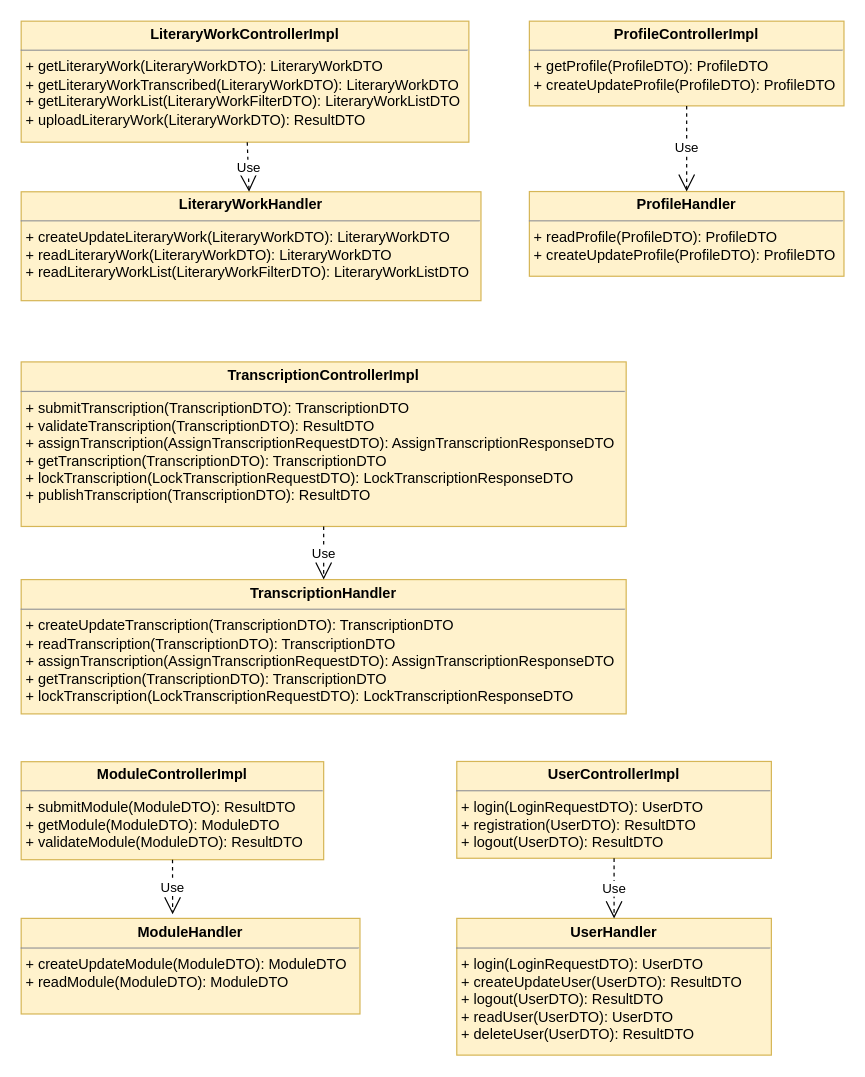
Earlier version of the draw.io diagram doc/Models/MVC Diagrams/Controller Handler Package Diagram.drawio (giodag/eagleLibrary). Source tidied: cells renumbered, new cells numbered last; positions are measured from the earlier drawing's top-left corner, leaving out a move shared by most shapes. Both pictures are drawn from the tidied source at 121%, with x=0, y=0 at pixel (21, 21).
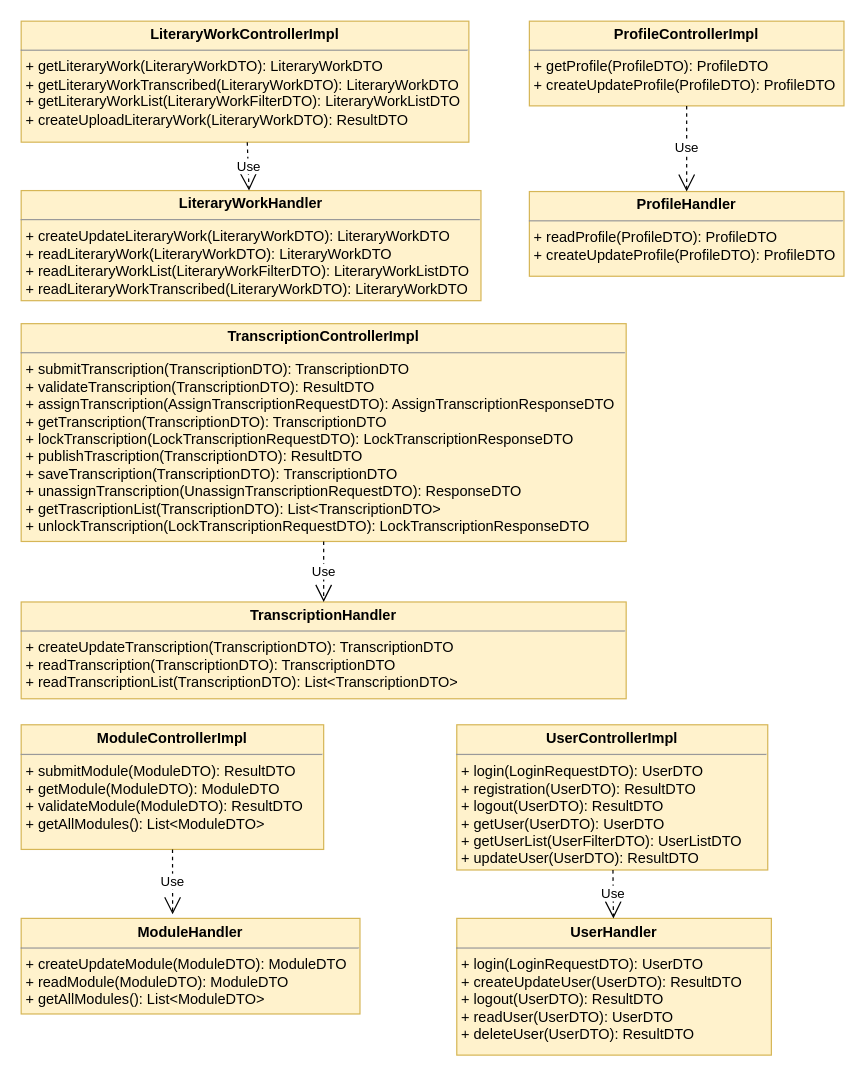
The same diagram, later.

Diff of the diagram source:
```diff
@@
 <mxGraphModel>
   <root>
     <mxCell id="0" />
     <mxCell id="1" parent="0" />
-    <mxCell id="2" value="&lt;p style=&quot;margin: 0px ; margin-top: 4px ; text-align: center&quot;&gt;&lt;b&gt;LiteraryWorkControllerImpl&lt;/b&gt;&lt;/p&gt;&lt;hr size=&quot;1&quot;&gt;&lt;p style=&quot;margin: 0px ; margin-left: 4px&quot;&gt;&lt;span&gt;+ getLiteraryWork(LiteraryWorkDTO): LiteraryWorkDTO&lt;/span&gt;&lt;/p&gt;&lt;p style=&quot;margin: 0px ; margin-left: 4px&quot;&gt;+ getLiteraryWorkTranscribed(LiteraryWorkDTO): LiteraryWorkDTO&lt;span&gt;&lt;br&gt;&lt;/span&gt;&lt;/p&gt;&lt;p style=&quot;margin: 0px ; margin-left: 4px&quot;&gt;&lt;span&gt;+ getLiteraryWorkList(LiteraryWorkFilterDTO): LiteraryWorkListDTO&lt;/span&gt;&lt;/p&gt;&lt;p style=&quot;margin: 0px ; margin-left: 4px&quot;&gt;&lt;span&gt;+&amp;nbsp;uploadLiteraryWork(LiteraryWorkDTO):&amp;nbsp;ResultDTO&lt;/span&gt;&lt;/p&gt;&lt;div&gt;&lt;span&gt;&lt;br&gt;&lt;/span&gt;&lt;/div&gt;&lt;div&gt;&lt;span&gt;&lt;br&gt;&lt;/span&gt;&lt;/div&gt;&lt;p&gt;&lt;span&gt;&lt;br&gt;&lt;/span&gt;&lt;/p&gt;&lt;p&gt;&lt;span&gt;&lt;br&gt;&lt;/span&gt;&lt;/p&gt;&lt;p&gt;&lt;span&gt;&lt;br&gt;&lt;/span&gt;&lt;/p&gt;&lt;p&gt;&lt;br&gt;&lt;/p&gt;&lt;p&gt;&lt;br&gt;&lt;/p&gt;&lt;p&gt;&lt;br&gt;&lt;/p&gt;" style="verticalAlign=top;align=left;overflow=fill;fontSize=12;fontFamily=Helvetica;html=1;fillColor=#fff2cc;strokeColor=#d6b656;" parent="1" vertex="1">
+    <mxCell id="2" value="&lt;p style=&quot;margin: 0px ; margin-top: 4px ; text-align: center&quot;&gt;&lt;b&gt;LiteraryWorkControllerImpl&lt;/b&gt;&lt;/p&gt;&lt;hr size=&quot;1&quot;&gt;&lt;p style=&quot;margin: 0px 0px 0px 4px&quot;&gt;+ getLiteraryWork(LiteraryWorkDTO): LiteraryWorkDTO&lt;/p&gt;&lt;p style=&quot;margin: 0px 0px 0px 4px&quot;&gt;+ getLiteraryWorkTranscribed(LiteraryWorkDTO): LiteraryWorkDTO&lt;br&gt;&lt;/p&gt;&lt;p style=&quot;margin: 0px 0px 0px 4px&quot;&gt;+ getLiteraryWorkList(LiteraryWorkFilterDTO): LiteraryWorkListDTO&lt;/p&gt;&lt;p style=&quot;margin: 0px 0px 0px 4px&quot;&gt;+ createUploadLiteraryWork(LiteraryWorkDTO):&amp;nbsp;ResultDTO&lt;/p&gt;&lt;div&gt;&lt;span&gt;&lt;br&gt;&lt;/span&gt;&lt;/div&gt;&lt;div&gt;&lt;span&gt;&lt;br&gt;&lt;/span&gt;&lt;/div&gt;&lt;p&gt;&lt;span&gt;&lt;br&gt;&lt;/span&gt;&lt;/p&gt;&lt;p&gt;&lt;span&gt;&lt;br&gt;&lt;/span&gt;&lt;/p&gt;&lt;p&gt;&lt;span&gt;&lt;br&gt;&lt;/span&gt;&lt;/p&gt;&lt;p&gt;&lt;br&gt;&lt;/p&gt;&lt;p&gt;&lt;br&gt;&lt;/p&gt;&lt;p&gt;&lt;br&gt;&lt;/p&gt;" style="verticalAlign=top;align=left;overflow=fill;fontSize=12;fontFamily=Helvetica;html=1;fillColor=#fff2cc;strokeColor=#d6b656;" parent="1" vertex="1">
       <mxGeometry width="370" height="100" as="geometry" />
     </mxCell>
     <mxCell id="3" value="&lt;p style=&quot;margin: 0px ; margin-top: 4px ; text-align: center&quot;&gt;&lt;b&gt;ProfileControllerImpl&lt;/b&gt;&lt;/p&gt;&lt;hr size=&quot;1&quot;&gt;&lt;p style=&quot;margin: 0px ; margin-left: 4px&quot;&gt;+ getProfile(ProfileDTO): ProfileDTO&lt;br&gt;+ createUpdateProfile(ProfileDTO): ProfileDTO&lt;/p&gt;&lt;div&gt;&lt;span&gt;&lt;br&gt;&lt;/span&gt;&lt;/div&gt;&lt;div&gt;&lt;span&gt;&lt;br&gt;&lt;/span&gt;&lt;/div&gt;&lt;p&gt;&lt;span&gt;&lt;br&gt;&lt;/span&gt;&lt;/p&gt;&lt;p&gt;&lt;span&gt;&lt;br&gt;&lt;/span&gt;&lt;/p&gt;&lt;p&gt;&lt;span&gt;&lt;br&gt;&lt;/span&gt;&lt;/p&gt;&lt;p&gt;&lt;br&gt;&lt;/p&gt;&lt;p&gt;&lt;br&gt;&lt;/p&gt;&lt;p&gt;&lt;br&gt;&lt;/p&gt;" style="verticalAlign=top;align=left;overflow=fill;fontSize=12;fontFamily=Helvetica;html=1;fillColor=#fff2cc;strokeColor=#d6b656;" parent="1" vertex="1">
       <mxGeometry x="420" width="260" height="70" as="geometry" />
     </mxCell>
-    <mxCell id="4" value="&lt;p style=&quot;margin: 0px ; margin-top: 4px ; text-align: center&quot;&gt;&lt;b&gt;TranscriptionControllerImpl&lt;/b&gt;&lt;/p&gt;&lt;hr size=&quot;1&quot;&gt;&lt;p style=&quot;margin: 0px ; margin-left: 4px&quot;&gt;&lt;span&gt;+&amp;nbsp;&lt;/span&gt;submitTranscription(TranscriptionDTO)&lt;span&gt;: TranscriptionDTO&lt;/span&gt;&lt;/p&gt;&lt;p style=&quot;margin: 0px ; margin-left: 4px&quot;&gt;+ validateTranscription(TranscriptionDTO): ResultDTO&lt;span&gt;&lt;br&gt;&lt;/span&gt;&lt;/p&gt;&lt;p style=&quot;margin: 0px ; margin-left: 4px&quot;&gt;&lt;span&gt;+&amp;nbsp;&lt;/span&gt;assignTranscription(AssignTranscriptionRequestDTO): AssignTranscriptionResponse&lt;span&gt;DTO&lt;/span&gt;&lt;/p&gt;&lt;p style=&quot;margin: 0px ; margin-left: 4px&quot;&gt;&lt;span&gt;+&amp;nbsp;&lt;/span&gt;getTranscription(TranscriptionDTO): Transcription&lt;span&gt;DTO&lt;/span&gt;&lt;/p&gt;&lt;p style=&quot;margin: 0px ; margin-left: 4px&quot;&gt;&lt;span&gt;+ lockTranscription(LockTranscriptionRequestDTO&lt;/span&gt;&lt;span&gt;): LockTranscriptionResponseDTO&lt;/span&gt;&lt;/p&gt;&lt;p style=&quot;margin: 0px ; margin-left: 4px&quot;&gt;&lt;span&gt;+ publishTranscription(TranscriptionDTO): ResultDTO&lt;/span&gt;&lt;/p&gt;&lt;p&gt;&lt;span&gt;&lt;br&gt;&lt;/span&gt;&lt;/p&gt;&lt;div&gt;&lt;span&gt;&lt;br&gt;&lt;/span&gt;&lt;/div&gt;&lt;div&gt;&lt;span&gt;&lt;br&gt;&lt;/span&gt;&lt;/div&gt;&lt;p&gt;&lt;span&gt;&lt;br&gt;&lt;/span&gt;&lt;/p&gt;&lt;p&gt;&lt;span&gt;&lt;br&gt;&lt;/span&gt;&lt;/p&gt;&lt;p&gt;&lt;span&gt;&lt;br&gt;&lt;/span&gt;&lt;/p&gt;&lt;p&gt;&lt;br&gt;&lt;/p&gt;&lt;p&gt;&lt;br&gt;&lt;/p&gt;&lt;p&gt;&lt;br&gt;&lt;/p&gt;" style="verticalAlign=top;align=left;overflow=fill;fontSize=12;fontFamily=Helvetica;html=1;fillColor=#fff2cc;strokeColor=#d6b656;" parent="1" vertex="1">
-      <mxGeometry y="281.6" width="500" height="136" as="geometry" />
+    <mxCell id="4" value="&lt;p style=&quot;margin: 0px ; margin-top: 4px ; text-align: center&quot;&gt;&lt;b&gt;TranscriptionControllerImpl&lt;/b&gt;&lt;/p&gt;&lt;hr size=&quot;1&quot;&gt;&lt;p style=&quot;margin: 0px 0px 0px 4px&quot;&gt;+ submitTranscription(TranscriptionDTO): TranscriptionDTO&lt;br&gt;+ validateTranscription(TranscriptionDTO): ResultDTO&lt;/p&gt;&lt;p style=&quot;margin: 0px 0px 0px 4px&quot;&gt;+ assignTranscription(AssignTranscriptionRequestDTO): AssignTranscriptionResponseDTO&lt;/p&gt;&lt;p style=&quot;margin: 0px 0px 0px 4px&quot;&gt;+&amp;nbsp;getTranscription(TranscriptionDTO): TranscriptionDTO&lt;/p&gt;&lt;p style=&quot;margin: 0px 0px 0px 4px&quot;&gt;+&amp;nbsp;lockTranscription(LockTranscriptionRequestDTO):&amp;nbsp;LockTranscriptionResponseDTO&lt;/p&gt;&lt;p style=&quot;margin: 0px 0px 0px 4px&quot;&gt;+&amp;nbsp;publishTrascription(TranscriptionDTO): ResultDTO&lt;/p&gt;&lt;p style=&quot;margin: 0px 0px 0px 4px&quot;&gt;+ saveTranscription(TranscriptionDTO):&amp;nbsp;TranscriptionDTO&lt;/p&gt;&lt;p style=&quot;margin: 0px 0px 0px 4px&quot;&gt;+&amp;nbsp;unassignTranscription(UnassignTranscriptionRequestDTO): ResponseDTO&lt;/p&gt;&lt;p style=&quot;margin: 0px 0px 0px 4px&quot;&gt;+&amp;nbsp;getTrascriptionList(TranscriptionDTO):&amp;nbsp;List&amp;lt;TranscriptionDTO&amp;gt;&lt;/p&gt;&lt;p style=&quot;margin: 0px 0px 0px 4px&quot;&gt;+&amp;nbsp;unlockTranscription(LockTranscriptionRequestDTO):&amp;nbsp;LockTranscriptionResponseDTO&lt;/p&gt;&lt;p&gt;&lt;span&gt;&lt;br&gt;&lt;/span&gt;&lt;/p&gt;&lt;div&gt;&lt;span&gt;&lt;br&gt;&lt;/span&gt;&lt;/div&gt;&lt;div&gt;&lt;span&gt;&lt;br&gt;&lt;/span&gt;&lt;/div&gt;&lt;p&gt;&lt;span&gt;&lt;br&gt;&lt;/span&gt;&lt;/p&gt;&lt;p&gt;&lt;span&gt;&lt;br&gt;&lt;/span&gt;&lt;/p&gt;&lt;p&gt;&lt;span&gt;&lt;br&gt;&lt;/span&gt;&lt;/p&gt;&lt;p&gt;&lt;br&gt;&lt;/p&gt;&lt;p&gt;&lt;br&gt;&lt;/p&gt;&lt;p&gt;&lt;br&gt;&lt;/p&gt;" style="verticalAlign=top;align=left;overflow=fill;fontSize=12;fontFamily=Helvetica;html=1;fillColor=#fff2cc;strokeColor=#d6b656;" parent="1" vertex="1">
+      <mxGeometry y="250" width="500" height="180" as="geometry" />
     </mxCell>
-    <mxCell id="5" value="&lt;p style=&quot;margin: 0px ; margin-top: 4px ; text-align: center&quot;&gt;&lt;b&gt;ModuleControllerImpl&lt;/b&gt;&lt;/p&gt;&lt;hr size=&quot;1&quot;&gt;&lt;p style=&quot;margin: 0px ; margin-left: 4px&quot;&gt;&lt;span&gt;+ submitModule(ModuleDTO): ResultDTO&lt;/span&gt;&lt;/p&gt;&lt;p style=&quot;margin: 0px ; margin-left: 4px&quot;&gt;&lt;span&gt;+ getModule(ModuleDTO): ModuleDTO&lt;/span&gt;&lt;/p&gt;&lt;p style=&quot;margin: 0px ; margin-left: 4px&quot;&gt;&lt;span&gt;+ validateModule(ModuleDTO): ResultDTO&lt;/span&gt;&lt;/p&gt;&lt;div&gt;&lt;span&gt;&lt;br&gt;&lt;/span&gt;&lt;/div&gt;&lt;div&gt;&lt;span&gt;&lt;br&gt;&lt;/span&gt;&lt;/div&gt;&lt;p&gt;&lt;span&gt;&lt;br&gt;&lt;/span&gt;&lt;/p&gt;&lt;p&gt;&lt;span&gt;&lt;br&gt;&lt;/span&gt;&lt;/p&gt;&lt;p&gt;&lt;span&gt;&lt;br&gt;&lt;/span&gt;&lt;/p&gt;&lt;p&gt;&lt;br&gt;&lt;/p&gt;&lt;p&gt;&lt;br&gt;&lt;/p&gt;&lt;p&gt;&lt;br&gt;&lt;/p&gt;" style="verticalAlign=top;align=left;overflow=fill;fontSize=12;fontFamily=Helvetica;html=1;fillColor=#fff2cc;strokeColor=#d6b656;" parent="1" vertex="1">
-      <mxGeometry y="612" width="250" height="81" as="geometry" />
+    <mxCell id="5" value="&lt;p style=&quot;margin: 0px ; margin-top: 4px ; text-align: center&quot;&gt;&lt;b&gt;ModuleControllerImpl&lt;/b&gt;&lt;/p&gt;&lt;hr size=&quot;1&quot;&gt;&lt;p style=&quot;margin: 0px 0px 0px 4px&quot;&gt;+ submitModule(ModuleDTO): ResultDTO&lt;/p&gt;&lt;p style=&quot;margin: 0px 0px 0px 4px&quot;&gt;+ getModule(ModuleDTO): ModuleDTO&lt;/p&gt;&lt;p style=&quot;margin: 0px 0px 0px 4px&quot;&gt;+ validateModule(ModuleDTO): ResultDTO&lt;/p&gt;&lt;p style=&quot;margin: 0px 0px 0px 4px&quot;&gt;+ getAllModules(): List&amp;lt;ModuleDTO&amp;gt;&lt;/p&gt;&lt;div&gt;&lt;span&gt;&lt;br&gt;&lt;/span&gt;&lt;/div&gt;&lt;div&gt;&lt;span&gt;&lt;br&gt;&lt;/span&gt;&lt;/div&gt;&lt;p&gt;&lt;span&gt;&lt;br&gt;&lt;/span&gt;&lt;/p&gt;&lt;p&gt;&lt;span&gt;&lt;br&gt;&lt;/span&gt;&lt;/p&gt;&lt;p&gt;&lt;span&gt;&lt;br&gt;&lt;/span&gt;&lt;/p&gt;&lt;p&gt;&lt;br&gt;&lt;/p&gt;&lt;p&gt;&lt;br&gt;&lt;/p&gt;&lt;p&gt;&lt;br&gt;&lt;/p&gt;" style="verticalAlign=top;align=left;overflow=fill;fontSize=12;fontFamily=Helvetica;html=1;fillColor=#fff2cc;strokeColor=#d6b656;" parent="1" vertex="1">
+      <mxGeometry y="581.5" width="250" height="103" as="geometry" />
     </mxCell>
-    <mxCell id="6" value="&lt;p style=&quot;margin: 0px ; margin-top: 4px ; text-align: center&quot;&gt;&lt;b&gt;UserControllerImpl&lt;/b&gt;&lt;/p&gt;&lt;hr size=&quot;1&quot;&gt;&lt;p style=&quot;margin: 0px ; margin-left: 4px&quot;&gt;&lt;span&gt;+ login(&lt;/span&gt;LoginRequestDTO&lt;span&gt;): UserDTO&lt;/span&gt;&lt;/p&gt;&lt;p style=&quot;margin: 0px ; margin-left: 4px&quot;&gt;&lt;span&gt;+ registration(UserDTO): ResultDTO&lt;/span&gt;&lt;/p&gt;&lt;p style=&quot;margin: 0px ; margin-left: 4px&quot;&gt;&lt;span&gt;+ logout(UserDTO): ResultDTO&lt;/span&gt;&lt;/p&gt;&lt;div&gt;&lt;span&gt;&lt;br&gt;&lt;/span&gt;&lt;/div&gt;&lt;div&gt;&lt;span&gt;&lt;br&gt;&lt;/span&gt;&lt;/div&gt;&lt;p&gt;&lt;span&gt;&lt;br&gt;&lt;/span&gt;&lt;/p&gt;&lt;p&gt;&lt;span&gt;&lt;br&gt;&lt;/span&gt;&lt;/p&gt;&lt;p&gt;&lt;span&gt;&lt;br&gt;&lt;/span&gt;&lt;/p&gt;&lt;p&gt;&lt;br&gt;&lt;/p&gt;&lt;p&gt;&lt;br&gt;&lt;/p&gt;&lt;p&gt;&lt;br&gt;&lt;/p&gt;" style="verticalAlign=top;align=left;overflow=fill;fontSize=12;fontFamily=Helvetica;html=1;fillColor=#fff2cc;strokeColor=#d6b656;" parent="1" vertex="1">
-      <mxGeometry x="360" y="611.8" width="260" height="80" as="geometry" />
+    <mxCell id="6" value="&lt;p style=&quot;margin: 0px ; margin-top: 4px ; text-align: center&quot;&gt;&lt;b&gt;UserControllerImpl&lt;/b&gt;&lt;/p&gt;&lt;hr size=&quot;1&quot;&gt;&lt;p style=&quot;margin: 0px 0px 0px 4px&quot;&gt;+ login(LoginRequestDTO): UserDTO&lt;br&gt;+ registration(UserDTO): ResultDTO&lt;/p&gt;&lt;p style=&quot;margin: 0px 0px 0px 4px&quot;&gt;+ logout(UserDTO): ResultDTO&lt;/p&gt;&lt;p style=&quot;margin: 0px 0px 0px 4px&quot;&gt;+&amp;nbsp;getUser(UserDTO):&amp;nbsp;UserDTO&lt;/p&gt;&lt;p style=&quot;margin: 0px 0px 0px 4px&quot;&gt;+ getUserList(UserFilterDTO):&amp;nbsp;UserListDTO&lt;/p&gt;&lt;p style=&quot;margin: 0px 0px 0px 4px&quot;&gt;+ updateUser(UserDTO):&amp;nbsp;ResultDTO&lt;/p&gt;&lt;div&gt;&lt;span&gt;&lt;br&gt;&lt;/span&gt;&lt;/div&gt;&lt;div&gt;&lt;span&gt;&lt;br&gt;&lt;/span&gt;&lt;/div&gt;&lt;p&gt;&lt;span&gt;&lt;br&gt;&lt;/span&gt;&lt;/p&gt;&lt;p&gt;&lt;span&gt;&lt;br&gt;&lt;/span&gt;&lt;/p&gt;&lt;p&gt;&lt;span&gt;&lt;br&gt;&lt;/span&gt;&lt;/p&gt;&lt;p&gt;&lt;br&gt;&lt;/p&gt;&lt;p&gt;&lt;br&gt;&lt;/p&gt;&lt;p&gt;&lt;br&gt;&lt;/p&gt;" style="verticalAlign=top;align=left;overflow=fill;fontSize=12;fontFamily=Helvetica;html=1;fillColor=#fff2cc;strokeColor=#d6b656;" parent="1" vertex="1">
+      <mxGeometry x="360" y="581.5" width="257" height="120" as="geometry" />
     </mxCell>
-    <mxCell id="7" value="&lt;p style=&quot;margin: 0px ; margin-top: 4px ; text-align: center&quot;&gt;&lt;b&gt;LiteraryWorkHandler&lt;/b&gt;&lt;/p&gt;&lt;hr size=&quot;1&quot;&gt;&lt;p style=&quot;margin: 0px ; margin-left: 4px&quot;&gt;&lt;span&gt;+ createUpdateLiteraryWork(LiteraryWorkDTO): LiteraryWorkDTO&lt;/span&gt;&lt;/p&gt;&lt;p style=&quot;margin: 0px ; margin-left: 4px&quot;&gt;+ readLiteraryWork(LiteraryWorkDTO): LiteraryWorkDTO&lt;span&gt;&lt;br&gt;&lt;/span&gt;&lt;/p&gt;&lt;p style=&quot;margin: 0px ; margin-left: 4px&quot;&gt;&lt;span&gt;+ readLiteraryWorkList(LiteraryWorkFilterDTO): LiteraryWorkListDTO&lt;/span&gt;&lt;/p&gt;&lt;p&gt;&lt;br&gt;&lt;/p&gt;" style="verticalAlign=top;align=left;overflow=fill;fontSize=12;fontFamily=Helvetica;html=1;fillColor=#fff2cc;strokeColor=#d6b656;" parent="1" vertex="1">
-      <mxGeometry y="141" width="380" height="90" as="geometry" />
+    <mxCell id="7" value="&lt;p style=&quot;margin: 0px ; margin-top: 4px ; text-align: center&quot;&gt;&lt;b&gt;LiteraryWorkHandler&lt;/b&gt;&lt;/p&gt;&lt;hr size=&quot;1&quot;&gt;&lt;p style=&quot;margin: 0px 0px 0px 4px&quot;&gt;+ createUpdateLiteraryWork(LiteraryWorkDTO): LiteraryWorkDTO&lt;/p&gt;&lt;p style=&quot;margin: 0px 0px 0px 4px&quot;&gt;+ readLiteraryWork(LiteraryWorkDTO): LiteraryWorkDTO&lt;br&gt;&lt;/p&gt;&lt;p style=&quot;margin: 0px 0px 0px 4px&quot;&gt;+ readLiteraryWorkList(LiteraryWorkFilterDTO): LiteraryWorkListDTO&lt;/p&gt;&lt;p style=&quot;margin: 0px 0px 0px 4px&quot;&gt;+ readLiteraryWorkTranscribed(LiteraryWorkDTO): LiteraryWorkDTO&lt;/p&gt;&lt;p&gt;&lt;br&gt;&lt;/p&gt;" style="verticalAlign=top;align=left;overflow=fill;fontSize=12;fontFamily=Helvetica;html=1;fillColor=#fff2cc;strokeColor=#d6b656;" parent="1" vertex="1">
+      <mxGeometry y="140" width="380" height="91" as="geometry" />
     </mxCell>
     <mxCell id="8" value="&lt;p style=&quot;margin: 0px ; margin-top: 4px ; text-align: center&quot;&gt;&lt;b&gt;ProfileHandler&lt;/b&gt;&lt;/p&gt;&lt;hr size=&quot;1&quot;&gt;&lt;p style=&quot;margin: 0px ; margin-left: 4px&quot;&gt;+ readProfile(ProfileDTO): ProfileDTO&lt;br&gt;+ createUpdateProfile(ProfileDTO): ProfileDTO&lt;/p&gt;" style="verticalAlign=top;align=left;overflow=fill;fontSize=12;fontFamily=Helvetica;html=1;fillColor=#fff2cc;strokeColor=#d6b656;" parent="1" vertex="1">
       <mxGeometry x="420" y="140.8" width="260" height="70" as="geometry" />
     </mxCell>
-    <mxCell id="9" value="&lt;p style=&quot;margin: 0px ; margin-top: 4px ; text-align: center&quot;&gt;&lt;b&gt;TranscriptionHandler&lt;/b&gt;&lt;/p&gt;&lt;hr size=&quot;1&quot;&gt;&lt;p style=&quot;margin: 0px ; margin-left: 4px&quot;&gt;&lt;span&gt;+ createUpdate&lt;/span&gt;Transcription(TranscriptionDTO)&lt;span&gt;: TranscriptionDTO&lt;/span&gt;&lt;/p&gt;&lt;p style=&quot;margin: 0px ; margin-left: 4px&quot;&gt;+ readTranscription(TranscriptionDTO): TranscriptionDTO&lt;/p&gt;&lt;p style=&quot;margin: 0px ; margin-left: 4px&quot;&gt;&lt;span&gt;+&amp;nbsp;&lt;/span&gt;&lt;span&gt;assignTranscription(AssignTranscriptionRequestDTO): AssignTranscriptionResponse&lt;/span&gt;&lt;span&gt;DTO&lt;/span&gt;&lt;/p&gt;&lt;p style=&quot;margin: 0px ; margin-left: 4px&quot;&gt;&lt;span&gt;+&amp;nbsp;&lt;/span&gt;&lt;span&gt;getTranscription(TranscriptionDTO): Transcription&lt;/span&gt;&lt;span&gt;DTO&lt;/span&gt;&lt;/p&gt;&lt;p style=&quot;margin: 0px ; margin-left: 4px&quot;&gt;&lt;span&gt;+ lockTranscription(LockTranscriptionRequestDTO&lt;/span&gt;&lt;span&gt;): LockTranscriptionResponseDTO&lt;/span&gt;&lt;/p&gt;&lt;p&gt;&lt;span&gt;&lt;br&gt;&lt;/span&gt;&lt;/p&gt;&lt;p&gt;&lt;br&gt;&lt;/p&gt;&lt;p&gt;&lt;br&gt;&lt;/p&gt;&lt;p&gt;&lt;br&gt;&lt;/p&gt;" style="verticalAlign=top;align=left;overflow=fill;fontSize=12;fontFamily=Helvetica;html=1;fillColor=#fff2cc;strokeColor=#d6b656;" parent="1" vertex="1">
-      <mxGeometry y="461.5" width="500" height="111" as="geometry" />
+    <mxCell id="9" value="&lt;p style=&quot;margin: 0px ; margin-top: 4px ; text-align: center&quot;&gt;&lt;b&gt;TranscriptionHandler&lt;/b&gt;&lt;/p&gt;&lt;hr size=&quot;1&quot;&gt;&lt;p style=&quot;margin: 0px 0px 0px 4px&quot;&gt;+ createUpdateTranscription(TranscriptionDTO): TranscriptionDTO&lt;/p&gt;&lt;p style=&quot;margin: 0px 0px 0px 4px&quot;&gt;+ readTranscription(TranscriptionDTO): TranscriptionDTO&lt;/p&gt;&lt;p style=&quot;margin: 0px 0px 0px 4px&quot;&gt;+ readTranscriptionList(TranscriptionDTO): List&amp;lt;TranscriptionDTO&amp;gt;&lt;/p&gt;&lt;p&gt;&lt;span&gt;&lt;br&gt;&lt;/span&gt;&lt;/p&gt;&lt;p&gt;&lt;br&gt;&lt;/p&gt;&lt;p&gt;&lt;br&gt;&lt;/p&gt;&lt;p&gt;&lt;br&gt;&lt;/p&gt;" style="verticalAlign=top;align=left;overflow=fill;fontSize=12;fontFamily=Helvetica;html=1;fillColor=#fff2cc;strokeColor=#d6b656;" parent="1" vertex="1">
+      <mxGeometry y="480" width="500" height="80" as="geometry" />
     </mxCell>
-    <mxCell id="10" value="&lt;p style=&quot;margin: 0px ; margin-top: 4px ; text-align: center&quot;&gt;&lt;b&gt;ModuleHandler&lt;/b&gt;&lt;/p&gt;&lt;hr size=&quot;1&quot;&gt;&lt;p style=&quot;margin: 0px ; margin-left: 4px&quot;&gt;&lt;span&gt;+ createUpdateModule(ModuleDTO): ModuleDTO&lt;/span&gt;&lt;/p&gt;&lt;p style=&quot;margin: 0px ; margin-left: 4px&quot;&gt;&lt;span&gt;+ readModule(ModuleDTO): ModuleDTO&lt;/span&gt;&lt;/p&gt;&lt;p&gt;&lt;br&gt;&lt;/p&gt;&lt;p&gt;&lt;br&gt;&lt;/p&gt;" style="verticalAlign=top;align=left;overflow=fill;fontSize=12;fontFamily=Helvetica;html=1;fillColor=#fff2cc;strokeColor=#d6b656;" parent="1" vertex="1">
+    <mxCell id="10" value="&lt;p style=&quot;margin: 0px ; margin-top: 4px ; text-align: center&quot;&gt;&lt;b&gt;ModuleHandler&lt;/b&gt;&lt;/p&gt;&lt;hr size=&quot;1&quot;&gt;&lt;p style=&quot;margin: 0px 0px 0px 4px&quot;&gt;+ createUpdateModule(ModuleDTO): ModuleDTO&lt;/p&gt;&lt;p style=&quot;margin: 0px 0px 0px 4px&quot;&gt;+ readModule(ModuleDTO): ModuleDTO&lt;/p&gt;&lt;p style=&quot;margin: 0px 0px 0px 4px&quot;&gt;+ getAllModules(): List&amp;lt;ModuleDTO&amp;gt;&lt;/p&gt;&lt;p&gt;&lt;br&gt;&lt;/p&gt;&lt;p&gt;&lt;br&gt;&lt;/p&gt;" style="verticalAlign=top;align=left;overflow=fill;fontSize=12;fontFamily=Helvetica;html=1;fillColor=#fff2cc;strokeColor=#d6b656;" parent="1" vertex="1">
       <mxGeometry y="741.5" width="280" height="79" as="geometry" />
     </mxCell>
-    <mxCell id="11" value="&lt;p style=&quot;margin: 0px ; margin-top: 4px ; text-align: center&quot;&gt;&lt;b&gt;UserHandler&lt;/b&gt;&lt;/p&gt;&lt;hr size=&quot;1&quot;&gt;&lt;p style=&quot;margin: 0px ; margin-left: 4px&quot;&gt;&lt;span&gt;+ login(&lt;/span&gt;LoginRequestDTO&lt;span&gt;): UserDTO&lt;/span&gt;&lt;/p&gt;&lt;p style=&quot;margin: 0px ; margin-left: 4px&quot;&gt;&lt;span&gt;+ createUpdateUser(UserDTO): ResultDTO&lt;/span&gt;&lt;/p&gt;&lt;p style=&quot;margin: 0px ; margin-left: 4px&quot;&gt;&lt;span&gt;+ logout(UserDTO): ResultDTO&lt;/span&gt;&lt;/p&gt;&lt;p style=&quot;margin: 0px ; margin-left: 4px&quot;&gt;&lt;span&gt;+ readUser(UserDTO): UserDTO&lt;/span&gt;&lt;/p&gt;&lt;p style=&quot;margin: 0px ; margin-left: 4px&quot;&gt;&lt;span&gt;+ deleteUser(UserDTO): ResultDTO&lt;/span&gt;&lt;/p&gt;&lt;p&gt;&lt;br&gt;&lt;/p&gt;" style="verticalAlign=top;align=left;overflow=fill;fontSize=12;fontFamily=Helvetica;html=1;fillColor=#fff2cc;strokeColor=#d6b656;" parent="1" vertex="1">
+    <mxCell id="11" value="&lt;p style=&quot;margin: 0px ; margin-top: 4px ; text-align: center&quot;&gt;&lt;b&gt;UserHandler&lt;/b&gt;&lt;/p&gt;&lt;hr size=&quot;1&quot;&gt;&lt;p style=&quot;margin: 0px 0px 0px 4px&quot;&gt;+ login(LoginRequestDTO): UserDTO&lt;/p&gt;&lt;p style=&quot;margin: 0px 0px 0px 4px&quot;&gt;+ createUpdateUser(UserDTO): ResultDTO&lt;/p&gt;&lt;p style=&quot;margin: 0px 0px 0px 4px&quot;&gt;+ logout(UserDTO): ResultDTO&lt;/p&gt;&lt;p style=&quot;margin: 0px 0px 0px 4px&quot;&gt;+ readUser(UserDTO): UserDTO&lt;/p&gt;&lt;p style=&quot;margin: 0px 0px 0px 4px&quot;&gt;+ deleteUser(UserDTO): ResultDTO&lt;/p&gt;&lt;p&gt;&lt;br&gt;&lt;/p&gt;" style="verticalAlign=top;align=left;overflow=fill;fontSize=12;fontFamily=Helvetica;html=1;fillColor=#fff2cc;strokeColor=#d6b656;" parent="1" vertex="1">
       <mxGeometry x="360" y="741.5" width="260" height="113" as="geometry" />
     </mxCell>
     <mxCell id="12" value="Use" style="endArrow=open;endSize=12;dashed=1;html=1;" parent="1" edge="1" source="3" target="8">
       <mxGeometry relative="1" as="geometry" />
     </mxCell>
     <mxCell id="13" value="Use" style="endArrow=open;endSize=12;dashed=1;html=1;" parent="1" edge="1" source="2" target="7">
       <mxGeometry relative="1" as="geometry" />
     </mxCell>
     <mxCell id="14" value="Use" style="endArrow=open;endSize=12;dashed=1;html=1;" parent="1" edge="1" source="4" target="9">
       <mxGeometry relative="1" as="geometry" />
     </mxCell>
     <mxCell id="15" value="Use" style="endArrow=open;endSize=12;dashed=1;html=1;entryX=0.447;entryY=-0.043;entryDx=0;entryDy=0;entryPerimeter=0;" parent="1" edge="1" source="5" target="10">
       <mxGeometry relative="1" as="geometry" />
     </mxCell>
     <mxCell id="16" value="Use" style="endArrow=open;endSize=12;dashed=1;html=1;" parent="1" edge="1" source="6" target="11">
       <mxGeometry relative="1" as="geometry" />
     </mxCell>
   </root>
 </mxGraphModel>
```
